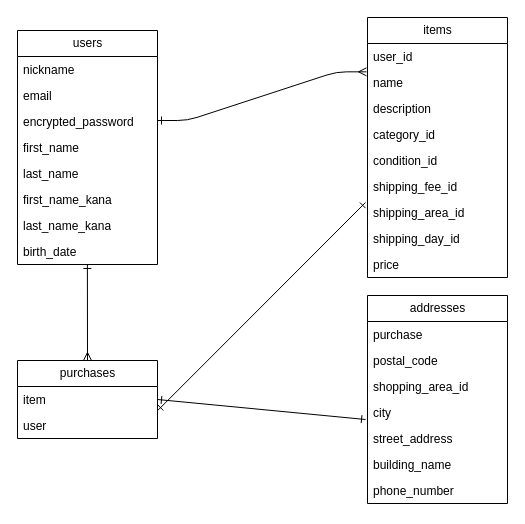
This is test.dio from koheihotta191/furima-42113, a draw.io file, before an edit. Source tidied: cells renumbered, new cells numbered last; positions are measured from the earlier drawing's top-left corner, leaving out a move shared by most shapes. Both pictures are drawn from the tidied source at 100%, with x=0, y=0 at pixel (17, 17).
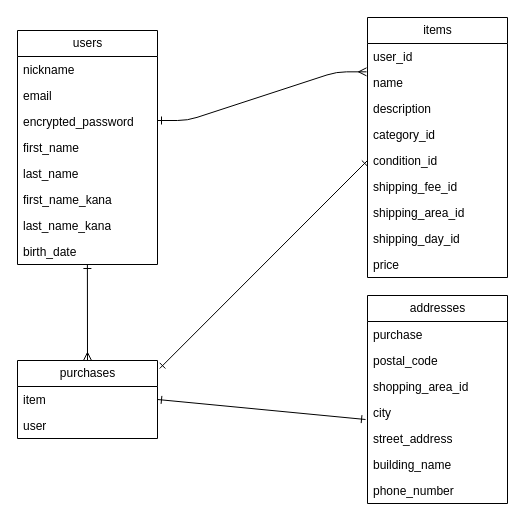
Above is the later version.

Commit message (it also covers changes not shown here):
データベース作成4回目

Unchanged cells that the change refers to:
```xml
<mxCell id="17" value="shipping_fee_id" style="text;strokeColor=none;fillColor=none;align=left;verticalAlign=top;spacingLeft=4;spacingRight=4;overflow=hidden;points=[[0,0.5],[1,0.5]];portConstraint=eastwest;whiteSpace=wrap;html=1;" parent="11" vertex="1">
  <mxGeometry y="156" width="140" height="26" as="geometry" />
</mxCell>
```

Diff of the diagram source:
```diff
@@
-    <mxCell id="35" style="endArrow=ERone;html=1;rounded=0;endFill=0;startArrow=ERone;startFill=0;entryX=0.716;entryY=1.149;entryDx=0;entryDy=0;entryPerimeter=0;exitX=-0.014;exitY=1.115;exitDx=0;exitDy=0;exitPerimeter=0;" parent="1" edge="1" source="17">
+    <mxCell id="35" style="endArrow=ERone;html=1;rounded=0;endFill=0;startArrow=ERone;startFill=0;entryX=0.716;entryY=1.149;entryDx=0;entryDy=0;entryPerimeter=0;exitX=-0.014;exitY=1.115;exitDx=0;exitDy=0;exitPerimeter=0;" parent="1" edge="1">
       <mxGeometry relative="1" as="geometry">
-        <mxPoint x="140.2" y="393" as="targetPoint" />
+        <mxPoint x="350" y="143" as="sourcePoint" />
+        <mxPoint x="142.2" y="351" as="targetPoint" />
       </mxGeometry>
     </mxCell>
```
